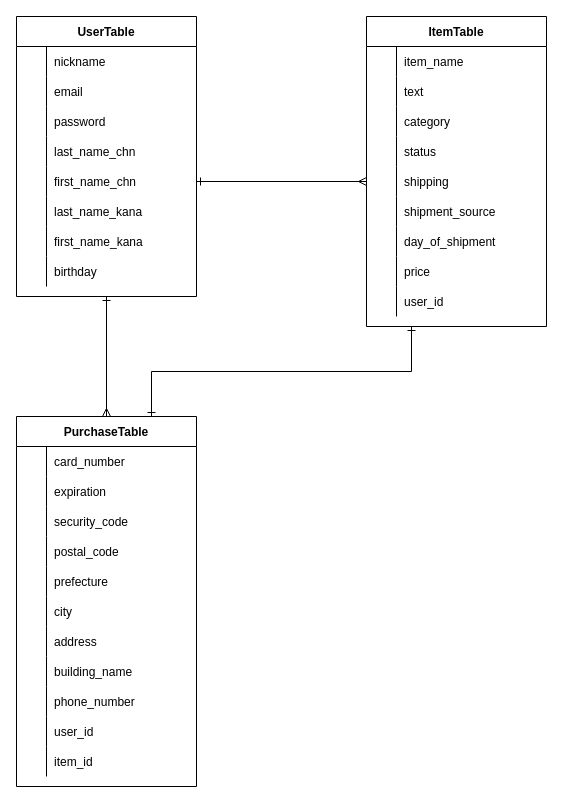
This is furima-31646.dio from kawashima-mozart/furima-31646, a draw.io file, before an edit. Source tidied: cells renumbered, new cells numbered last; positions are measured from the earlier drawing's top-left corner, leaving out a move shared by most shapes. Both pictures are drawn from the tidied source at 100%, with x=0, y=0 at pixel (16, 16).
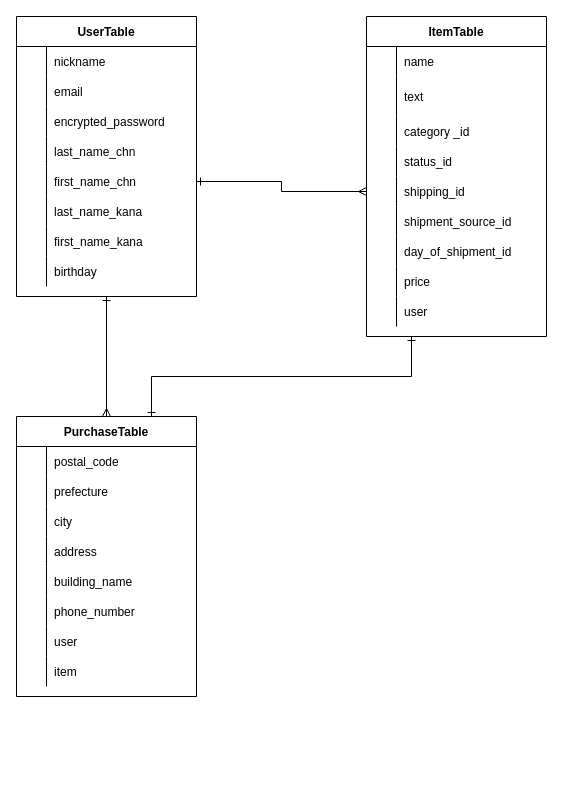
After the change.

Commit message (it also covers changes not shown here):
README及びER図の修正

The change refers to these unchanged cells:
```xml
<mxCell id="10" style="shape=partialRectangle;fillColor=none;top=0;left=0;bottom=0;right=0;" parent="3" vertex="1">
  <mxGeometry y="90" width="180" height="30" as="geometry" />
</mxCell>
<mxCell id="30" style="shape=partialRectangle;fillColor=none;top=0;left=0;bottom=0;right=0;" parent="29" vertex="1">
  <mxGeometry y="30" width="180" height="30" as="geometry" />
</mxCell>
```

The edit, as a diff of the source:
```diff
@@
-    <mxCell id="12" value="password " style="shape=partialRectangle;fillColor=none;top=0;left=0;bottom=0;right=0;align=left;spacingLeft=6;overflow=hidden;" parent="10" vertex="1">
+    <mxCell id="12" value="encrypted_password" style="shape=partialRectangle;fillColor=none;top=0;left=0;bottom=0;right=0;align=left;spacingLeft=6;overflow=hidden;" parent="10" vertex="1">
       <mxGeometry x="30" width="150" height="30" as="geometry" />
     </mxCell>
@@
     <mxCell id="29" value="ItemTable" style="shape=table;startSize=30;childLayout=tableLayout;rowLines=0;fontStyle=1;align=center;" parent="1" vertex="1">
-      <mxGeometry x="350" width="180" height="310" as="geometry" />
+      <mxGeometry x="350" width="180" height="320" as="geometry" />
     </mxCell>
@@
-    <mxCell id="32" value="item_name" style="shape=partialRectangle;fillColor=none;top=0;left=0;bottom=0;right=0;align=left;spacingLeft=6;overflow=hidden;" parent="30" vertex="1">
+    <mxCell id="32" value="name" style="shape=partialRectangle;fillColor=none;top=0;left=0;bottom=0;right=0;align=left;spacingLeft=6;overflow=hidden;" parent="30" vertex="1">
       <mxGeometry x="30" width="150" height="30" as="geometry" />
     </mxCell>
     <mxCell id="33" style="shape=partialRectangle;fillColor=none;top=0;left=0;bottom=0;right=0;" parent="29" vertex="1">
-      <mxGeometry y="60" width="180" height="30" as="geometry" />
+      <mxGeometry y="60" width="180" height="40" as="geometry" />
     </mxCell>
     <mxCell id="34" style="shape=partialRectangle;fillColor=none;top=0;left=0;bottom=0;right=0;overflow=hidden;" parent="33" vertex="1">
-      <mxGeometry width="30" height="30" as="geometry" />
+      <mxGeometry width="30" height="40" as="geometry" />
     </mxCell>
     <mxCell id="35" value="text " style="shape=partialRectangle;fillColor=none;top=0;left=0;bottom=0;right=0;align=left;spacingLeft=6;overflow=hidden;" parent="33" vertex="1">
-      <mxGeometry x="30" width="150" height="30" as="geometry" />
+      <mxGeometry x="30" width="150" height="40" as="geometry" />
     </mxCell>
     <mxCell id="36" style="shape=partialRectangle;fillColor=none;top=0;left=0;bottom=0;right=0;" parent="29" vertex="1">
-      <mxGeometry y="90" width="180" height="30" as="geometry" />
+      <mxGeometry y="100" width="180" height="30" as="geometry" />
     </mxCell>
@@
-    <mxCell id="38" value="category " style="shape=partialRectangle;fillColor=none;top=0;left=0;bottom=0;right=0;align=left;spacingLeft=6;overflow=hidden;" parent="36" vertex="1">
+    <mxCell id="38" value="category _id" style="shape=partialRectangle;fillColor=none;top=0;left=0;bottom=0;right=0;align=left;spacingLeft=6;overflow=hidden;" parent="36" vertex="1">
       <mxGeometry x="30" width="150" height="30" as="geometry" />
     </mxCell>
     <mxCell id="39" style="shape=partialRectangle;fillColor=none;top=0;left=0;bottom=0;right=0;" parent="29" vertex="1">
-      <mxGeometry y="120" width="180" height="30" as="geometry" />
+      <mxGeometry y="130" width="180" height="30" as="geometry" />
     </mxCell>
@@
-    <mxCell id="41" value="status " style="shape=partialRectangle;fillColor=none;top=0;left=0;bottom=0;right=0;align=left;spacingLeft=6;overflow=hidden;" parent="39" vertex="1">
+    <mxCell id="41" value="status_id" style="shape=partialRectangle;fillColor=none;top=0;left=0;bottom=0;right=0;align=left;spacingLeft=6;overflow=hidden;" parent="39" vertex="1">
       <mxGeometry x="30" width="150" height="30" as="geometry" />
     </mxCell>
     <mxCell id="42" style="shape=partialRectangle;fillColor=none;top=0;left=0;bottom=0;right=0;points=[[0,0.5],[1,0.5]];portConstraint=eastwest;" parent="29" vertex="1">
-      <mxGeometry y="150" width="180" height="30" as="geometry" />
+      <mxGeometry y="160" width="180" height="30" as="geometry" />
     </mxCell>
@@
-    <mxCell id="44" value="shipping " style="shape=partialRectangle;fillColor=none;top=0;left=0;bottom=0;right=0;align=left;spacingLeft=6;overflow=hidden;" parent="42" vertex="1">
+    <mxCell id="44" value="shipping_id" style="shape=partialRectangle;fillColor=none;top=0;left=0;bottom=0;right=0;align=left;spacingLeft=6;overflow=hidden;" parent="42" vertex="1">
       <mxGeometry x="30" width="150" height="30" as="geometry" />
     </mxCell>
     <mxCell id="45" style="shape=partialRectangle;fillColor=none;top=0;left=0;bottom=0;right=0;" parent="29" vertex="1">
-      <mxGeometry y="180" width="180" height="30" as="geometry" />
+      <mxGeometry y="190" width="180" height="30" as="geometry" />
     </mxCell>
@@
-    <mxCell id="47" value="shipment_source" style="shape=partialRectangle;fillColor=none;top=0;left=0;bottom=0;right=0;align=left;spacingLeft=6;overflow=hidden;" parent="45" vertex="1">
+    <mxCell id="47" value="shipment_source_id" style="shape=partialRectangle;fillColor=none;top=0;left=0;bottom=0;right=0;align=left;spacingLeft=6;overflow=hidden;" parent="45" vertex="1">
       <mxGeometry x="30" width="150" height="30" as="geometry" />
     </mxCell>
     <mxCell id="48" style="shape=partialRectangle;fillColor=none;top=0;left=0;bottom=0;right=0;" parent="29" vertex="1">
-      <mxGeometry y="210" width="180" height="30" as="geometry" />
+      <mxGeometry y="220" width="180" height="30" as="geometry" />
     </mxCell>
@@
-    <mxCell id="50" value="day_of_shipment" style="shape=partialRectangle;fillColor=none;top=0;left=0;bottom=0;right=0;align=left;spacingLeft=6;overflow=hidden;" parent="48" vertex="1">
+    <mxCell id="50" value="day_of_shipment_id" style="shape=partialRectangle;fillColor=none;top=0;left=0;bottom=0;right=0;align=left;spacingLeft=6;overflow=hidden;" parent="48" vertex="1">
       <mxGeometry x="30" width="150" height="30" as="geometry" />
     </mxCell>
     <mxCell id="51" style="shape=partialRectangle;fillColor=none;top=0;left=0;bottom=0;right=0;" parent="29" vertex="1">
-      <mxGeometry y="240" width="180" height="30" as="geometry" />
+      <mxGeometry y="250" width="180" height="30" as="geometry" />
     </mxCell>
@@
     <mxCell id="54" style="shape=partialRectangle;fillColor=none;top=0;left=0;bottom=0;right=0;" parent="29" vertex="1">
-      <mxGeometry y="270" width="180" height="30" as="geometry" />
+      <mxGeometry y="280" width="180" height="30" as="geometry" />
     </mxCell>
@@
-    <mxCell id="56" value="user_id" style="shape=partialRectangle;fillColor=none;top=0;left=0;bottom=0;right=0;align=left;spacingLeft=6;overflow=hidden;" parent="54" vertex="1">
+    <mxCell id="56" value="user" style="shape=partialRectangle;fillColor=none;top=0;left=0;bottom=0;right=0;align=left;spacingLeft=6;overflow=hidden;" parent="54" vertex="1">
       <mxGeometry x="30" width="150" height="30" as="geometry" />
     </mxCell>
@@
     <mxCell id="58" value="PurchaseTable" style="shape=table;startSize=30;childLayout=tableLayout;rowLines=0;fontStyle=1;align=center;" parent="1" vertex="1">
-      <mxGeometry y="400" width="180" height="370" as="geometry" />
+      <mxGeometry y="400" width="180" height="280" as="geometry" />
     </mxCell>
-    <mxCell id="59" style="shape=partialRectangle;fillColor=none;top=0;left=0;bottom=0;right=0;" parent="58" vertex="1">
-      <mxGeometry y="30" width="180" height="30" as="geometry" />
-    </mxCell>
-    <mxCell id="60" style="shape=partialRectangle;fillColor=none;top=0;left=0;bottom=0;right=0;overflow=hidden;" parent="59" vertex="1">
-      <mxGeometry width="30" height="30" as="geometry" />
-    </mxCell>
-    <mxCell id="61" value="card_number " style="shape=partialRectangle;fillColor=none;top=0;left=0;bottom=0;right=0;align=left;spacingLeft=6;overflow=hidden;" parent="59" vertex="1">
-      <mxGeometry x="30" width="150" height="30" as="geometry" />
-    </mxCell>
-    <mxCell id="62" style="shape=partialRectangle;fillColor=none;top=0;left=0;bottom=0;right=0;" parent="58" vertex="1">
-      <mxGeometry y="60" width="180" height="30" as="geometry" />
-    </mxCell>
-    <mxCell id="63" style="shape=partialRectangle;fillColor=none;top=0;left=0;bottom=0;right=0;overflow=hidden;" parent="62" vertex="1">
-      <mxGeometry width="30" height="30" as="geometry" />
-    </mxCell>
-    <mxCell id="64" value="expiration" style="shape=partialRectangle;fillColor=none;top=0;left=0;bottom=0;right=0;align=left;spacingLeft=6;overflow=hidden;" parent="62" vertex="1">
-      <mxGeometry x="30" width="150" height="30" as="geometry" />
-    </mxCell>
-    <mxCell id="65" style="shape=partialRectangle;fillColor=none;top=0;left=0;bottom=0;right=0;" parent="58" vertex="1">
-      <mxGeometry y="90" width="180" height="30" as="geometry" />
-    </mxCell>
-    <mxCell id="66" style="shape=partialRectangle;fillColor=none;top=0;left=0;bottom=0;right=0;overflow=hidden;" parent="65" vertex="1">
-      <mxGeometry width="30" height="30" as="geometry" />
-    </mxCell>
-    <mxCell id="67" value="security_code" style="shape=partialRectangle;fillColor=none;top=0;left=0;bottom=0;right=0;align=left;spacingLeft=6;overflow=hidden;" parent="65" vertex="1">
-      <mxGeometry x="30" width="150" height="30" as="geometry" />
-    </mxCell>
     <mxCell id="68" style="shape=partialRectangle;fillColor=none;top=0;left=0;bottom=0;right=0;" parent="58" vertex="1">
-      <mxGeometry y="120" width="180" height="30" as="geometry" />
+      <mxGeometry y="30" width="180" height="30" as="geometry" />
     </mxCell>
@@
     <mxCell id="71" style="shape=partialRectangle;fillColor=none;top=0;left=0;bottom=0;right=0;" parent="58" vertex="1">
-      <mxGeometry y="150" width="180" height="30" as="geometry" />
+      <mxGeometry y="60" width="180" height="30" as="geometry" />
     </mxCell>
@@
     <mxCell id="74" style="shape=partialRectangle;fillColor=none;top=0;left=0;bottom=0;right=0;" parent="58" vertex="1">
-      <mxGeometry y="180" width="180" height="30" as="geometry" />
+      <mxGeometry y="90" width="180" height="30" as="geometry" />
     </mxCell>
@@
     <mxCell id="77" style="shape=partialRectangle;fillColor=none;top=0;left=0;bottom=0;right=0;" parent="58" vertex="1">
-      <mxGeometry y="210" width="180" height="30" as="geometry" />
+      <mxGeometry y="120" width="180" height="30" as="geometry" />
     </mxCell>
@@
     <mxCell id="80" style="shape=partialRectangle;fillColor=none;top=0;left=0;bottom=0;right=0;" parent="58" vertex="1">
-      <mxGeometry y="240" width="180" height="30" as="geometry" />
+      <mxGeometry y="150" width="180" height="30" as="geometry" />
     </mxCell>
@@
     <mxCell id="83" style="shape=partialRectangle;fillColor=none;top=0;left=0;bottom=0;right=0;" parent="58" vertex="1">
-      <mxGeometry y="270" width="180" height="30" as="geometry" />
+      <mxGeometry y="180" width="180" height="30" as="geometry" />
     </mxCell>
@@
     <mxCell id="86" style="shape=partialRectangle;fillColor=none;top=0;left=0;bottom=0;right=0;" parent="58" vertex="1">
-      <mxGeometry y="300" width="180" height="30" as="geometry" />
+      <mxGeometry y="210" width="180" height="30" as="geometry" />
     </mxCell>
@@
-    <mxCell id="88" value="user_id " style="shape=partialRectangle;fillColor=none;top=0;left=0;bottom=0;right=0;align=left;spacingLeft=6;overflow=hidden;" parent="86" vertex="1">
+    <mxCell id="88" value="user" style="shape=partialRectangle;fillColor=none;top=0;left=0;bottom=0;right=0;align=left;spacingLeft=6;overflow=hidden;" parent="86" vertex="1">
       <mxGeometry x="30" width="150" height="30" as="geometry" />
     </mxCell>
     <mxCell id="89" style="shape=partialRectangle;fillColor=none;top=0;left=0;bottom=0;right=0;" parent="58" vertex="1">
-      <mxGeometry y="330" width="180" height="30" as="geometry" />
+      <mxGeometry y="240" width="180" height="30" as="geometry" />
     </mxCell>
@@
-    <mxCell id="91" value="item_id" style="shape=partialRectangle;fillColor=none;top=0;left=0;bottom=0;right=0;align=left;spacingLeft=6;overflow=hidden;" parent="89" vertex="1">
+    <mxCell id="91" value="item" style="shape=partialRectangle;fillColor=none;top=0;left=0;bottom=0;right=0;align=left;spacingLeft=6;overflow=hidden;" parent="89" vertex="1">
       <mxGeometry x="30" width="150" height="30" as="geometry" />
     </mxCell>
```
